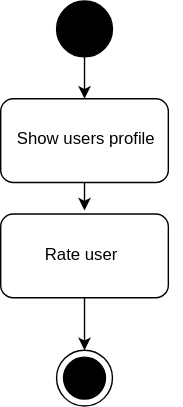
Before: planning-and-analysis/functional-modeling/diagrams/activity-diagram/rate-activity-diagram.svg, a diagram exported from draw.io (hessamhz/software-engineering-project). Source tidied: cells renumbered, new cells last; positions are measured from the earlier drawing's top-left corner, leaving out a move shared by most shapes.
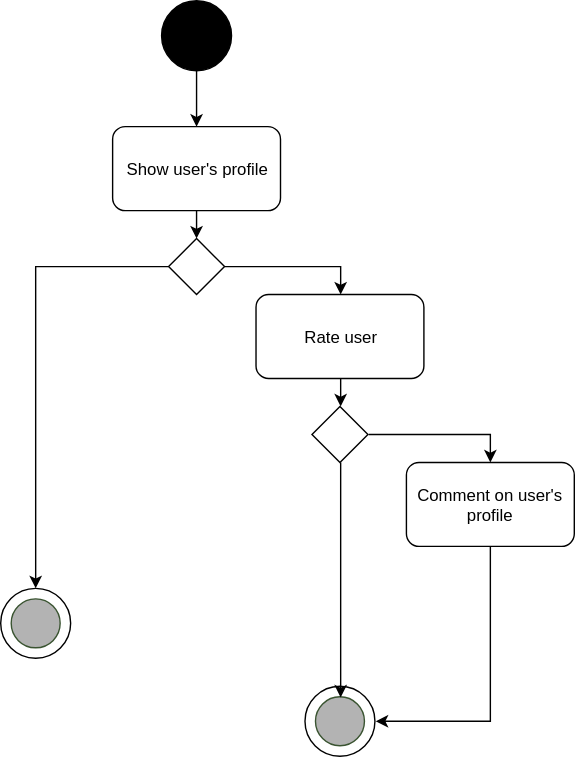
After the change.

The edit, as a diff of the source:
```diff
@@ -2,42 +2,63 @@
   <root>
     <mxCell id="0" />
     <mxCell id="1" parent="0" />
-    <mxCell id="2" style="edgeStyle=orthogonalEdgeStyle;rounded=0;jettySize=auto;html=1;exitX=0.5;exitY=1;exitDx=0;exitDy=0;entryX=0.5;entryY=0;entryDx=0;entryDy=0;" parent="1" edge="1" source="3">
-      <mxGeometry relative="1" as="geometry">
-        <mxPoint x="60" y="70" as="targetPoint" />
-      </mxGeometry>
-    </mxCell>
-    <mxCell id="3" style="ellipse;whiteSpace=wrap;html=1;fillColor=#000000;" parent="1" vertex="1">
-      <mxGeometry x="40" width="40" height="40" as="geometry" />
-    </mxCell>
-    <mxCell id="4" style="edgeStyle=orthogonalEdgeStyle;rounded=0;orthogonalLoop=1;jettySize=auto;html=1;exitX=0.5;exitY=1;exitDx=0;exitDy=0;entryX=0.5;entryY=0;entryDx=0;entryDy=0;" parent="1" edge="1">
-      <mxGeometry relative="1" as="geometry">
-        <mxPoint x="60" y="130" as="sourcePoint" />
-        <mxPoint x="60" y="150" as="targetPoint" />
-      </mxGeometry>
-    </mxCell>
-    <mxCell id="5" style="edgeStyle=orthogonalEdgeStyle;rounded=0;jettySize=auto;html=1;entryX=0.5;entryY=0;entryDx=0;entryDy=0;" parent="1" edge="1" target="6">
-      <mxGeometry relative="1" as="geometry">
-        <mxPoint x="60" y="210" as="sourcePoint" />
-      </mxGeometry>
-    </mxCell>
-    <mxCell id="6" style="ellipse;whiteSpace=wrap;html=1;fillColor=#FFFFFF;" parent="1" vertex="1">
-      <mxGeometry x="40" y="250" width="40" height="40" as="geometry" />
-    </mxCell>
-    <mxCell id="7" style="ellipse;whiteSpace=wrap;html=1;fillColor=#000000;" parent="1" vertex="1">
-      <mxGeometry x="45" y="255" width="30" height="30" as="geometry" />
-    </mxCell>
-    <mxCell id="8" style="rounded=1;whiteSpace=wrap;html=1;fillColor=#FFFFFF;" parent="1" vertex="1">
-      <mxGeometry y="70" width="120" height="60" as="geometry" />
-    </mxCell>
-    <mxCell id="9" value="Show users profile" style="text;html=1;" parent="1" vertex="1">
-      <mxGeometry x="10" y="85" width="120" height="30" as="geometry" />
-    </mxCell>
-    <mxCell id="10" style="rounded=1;whiteSpace=wrap;html=1;fillColor=#FFFFFF;" parent="1" vertex="1">
-      <mxGeometry y="152.5" width="120" height="60" as="geometry" />
-    </mxCell>
+    <mxCell id="12" style="ellipse;whiteSpace=wrap;html=1;strokeColor=#000000;fillColor=#FFFFFF;" parent="1" vertex="1">
+      <mxGeometry x="65" y="447.5" width="50" height="50" as="geometry" />
+    </mxCell>
+    <mxCell id="13" style="ellipse;whiteSpace=wrap;html=1;strokeColor=#3A5431;fillColor=#B3B3B3;fontColor=#ffffff;" parent="1" vertex="1">
+      <mxGeometry x="72.5" y="455" width="35" height="35" as="geometry" />
+    </mxCell>
+    <mxCell id="14" style="edgeStyle=orthogonalEdgeStyle;rounded=0;jettySize=auto;html=1;exitX=0.5;exitY=1;exitDx=0;exitDy=0;entryX=0.5;entryY=0;entryDx=0;entryDy=0;" parent="1" edge="1" source="15" target="17">
+      <mxGeometry relative="1" as="geometry" />
+    </mxCell>
+    <mxCell id="15" style="ellipse;whiteSpace=wrap;html=1;strokeColor=#000000;fillColor=#000000;" parent="1" vertex="1">
+      <mxGeometry x="-37.5" y="-42.5" width="50" height="50" as="geometry" />
+    </mxCell>
+    <mxCell id="16" style="edgeStyle=orthogonalEdgeStyle;rounded=0;jettySize=auto;html=1;exitX=0.5;exitY=1;exitDx=0;exitDy=0;entryX=0.5;entryY=0;entryDx=0;entryDy=0;" parent="1" edge="1" source="17" target="25">
+      <mxGeometry relative="1" as="geometry" />
+    </mxCell>
+    <mxCell id="17" value="Show user's profile" style="rounded=1;whiteSpace=wrap;html=1;fillColor=#FFFFFF;" parent="1" vertex="1">
+      <mxGeometry x="-72.5" y="47.5" width="120" height="60" as="geometry" />
+    </mxCell>
+    <mxCell id="18" style="edgeStyle=orthogonalEdgeStyle;rounded=0;jettySize=auto;html=1;exitX=0.5;exitY=1;exitDx=0;exitDy=0;entryX=0.5;entryY=0;entryDx=0;entryDy=0;" parent="1" edge="1" source="11" target="28">
+      <mxGeometry relative="1" as="geometry" />
+    </mxCell>
-    <mxCell id="11" value="Rate user" style="text;html=1;" parent="1" vertex="1">
-      <mxGeometry x="30" y="167.5" width="80" height="30" as="geometry" />
+    <mxCell id="11" value="Rate user" style="rounded=1;whiteSpace=wrap;html=1;fillColor=#FFFFFF;" parent="1" vertex="1">
+      <mxGeometry x="30" y="167.5" width="120" height="60" as="geometry" />
     </mxCell>
+    <mxCell id="19" style="ellipse;whiteSpace=wrap;html=1;strokeColor=#000000;fillColor=#FFFFFF;" parent="1" vertex="1">
+      <mxGeometry x="-152.5" y="377.5" width="50" height="50" as="geometry" />
+    </mxCell>
+    <mxCell id="20" style="ellipse;whiteSpace=wrap;html=1;strokeColor=#3A5431;fillColor=#B3B3B3;fontColor=#ffffff;" parent="1" vertex="1">
+      <mxGeometry x="-145" y="385" width="35" height="35" as="geometry" />
+    </mxCell>
+    <mxCell id="21" style="edgeStyle=orthogonalEdgeStyle;rounded=0;jettySize=auto;html=1;entryX=1;entryY=0.5;entryDx=0;entryDy=0;" parent="1" edge="1" source="22" target="12">
+      <mxGeometry relative="1" as="geometry">
+        <Array as="points">
+          <mxPoint x="197.5" y="472.5" />
+        </Array>
+      </mxGeometry>
+    </mxCell>
+    <mxCell id="22" value="Comment on user's profile" style="rounded=1;whiteSpace=wrap;html=1;fillColor=#FFFFFF;" parent="1" vertex="1">
+      <mxGeometry x="137.5" y="287.5" width="120" height="60" as="geometry" />
+    </mxCell>
+    <mxCell id="23" style="edgeStyle=orthogonalEdgeStyle;rounded=0;jettySize=auto;html=1;entryX=0.5;entryY=0;entryDx=0;entryDy=0;" parent="1" edge="1" source="25" target="19">
+      <mxGeometry relative="1" as="geometry" />
+    </mxCell>
+    <mxCell id="24" style="edgeStyle=orthogonalEdgeStyle;rounded=0;jettySize=auto;html=1;exitX=1;exitY=0.5;exitDx=0;exitDy=0;entryX=0.5;entryY=0;entryDx=0;entryDy=0;" parent="1" edge="1" source="25" target="11">
+      <mxGeometry relative="1" as="geometry" />
+    </mxCell>
+    <mxCell id="25" style="rhombus;whiteSpace=wrap;html=1;fillColor=#FFFFFF;" parent="1" vertex="1">
+      <mxGeometry x="-32.5" y="127.5" width="40" height="40" as="geometry" />
+    </mxCell>
+    <mxCell id="26" style="edgeStyle=orthogonalEdgeStyle;rounded=0;jettySize=auto;html=1;exitX=0.5;exitY=1;exitDx=0;exitDy=0;entryX=0.5;entryY=0;entryDx=0;entryDy=0;" parent="1" edge="1" source="28" target="13">
+      <mxGeometry relative="1" as="geometry" />
+    </mxCell>
+    <mxCell id="27" style="edgeStyle=orthogonalEdgeStyle;rounded=0;jettySize=auto;html=1;exitX=1;exitY=0.5;exitDx=0;exitDy=0;entryX=0.5;entryY=0;entryDx=0;entryDy=0;" parent="1" edge="1" source="28" target="22">
+      <mxGeometry relative="1" as="geometry" />
+    </mxCell>
+    <mxCell id="28" style="rhombus;whiteSpace=wrap;html=1;fillColor=#FFFFFF;" parent="1" vertex="1">
+      <mxGeometry x="70" y="247.5" width="40" height="40" as="geometry" />
+    </mxCell>
   </root>
 </mxGraphModel>
```
